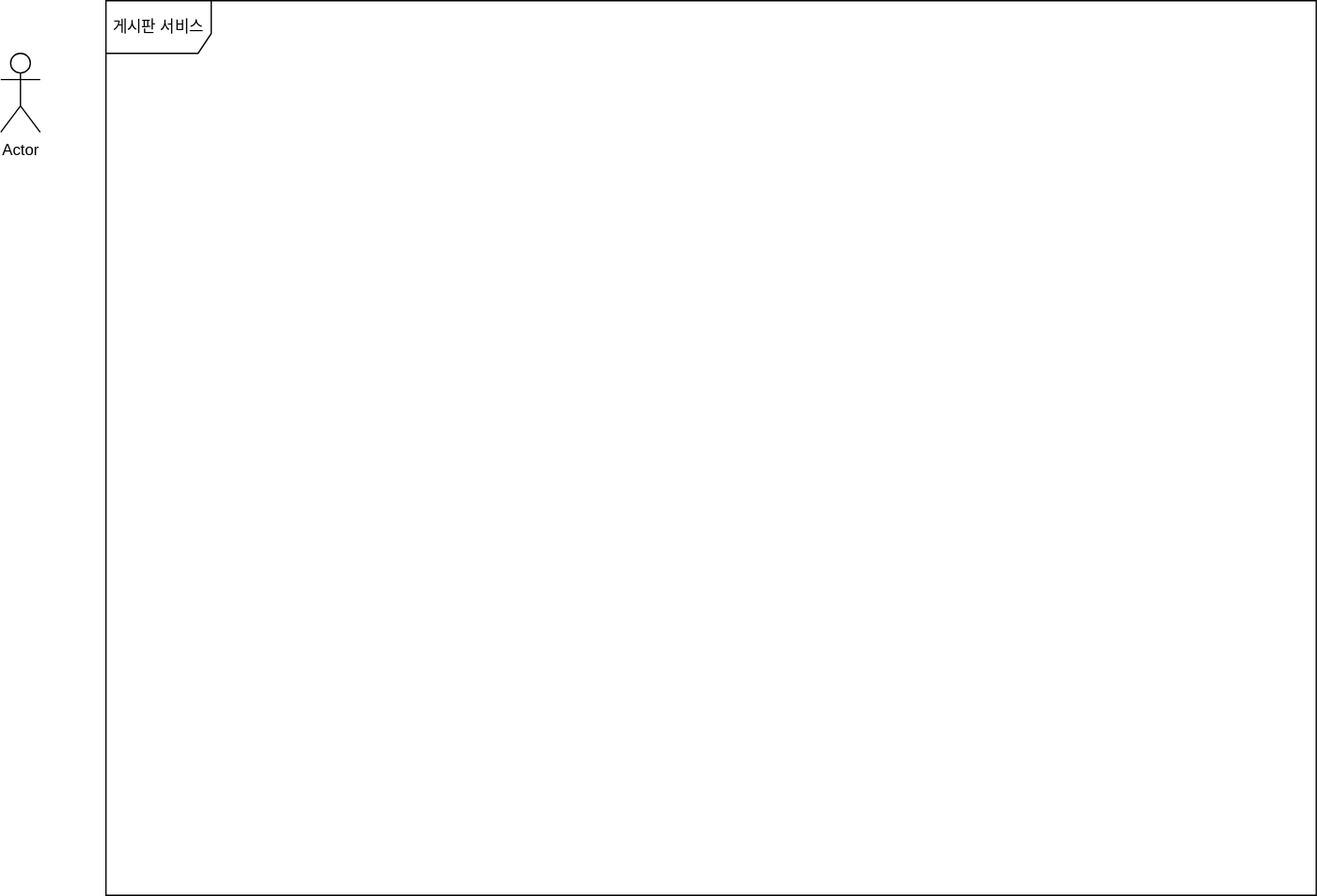
garuina/JSP keeps this draw.io diagram as JBoard1/게시판 유스케이스.svg. Above is the earlier version. Source tidied: cells renumbered, new cells last; positions are measured from the earlier drawing's top-left corner, leaving out a move shared by most shapes.
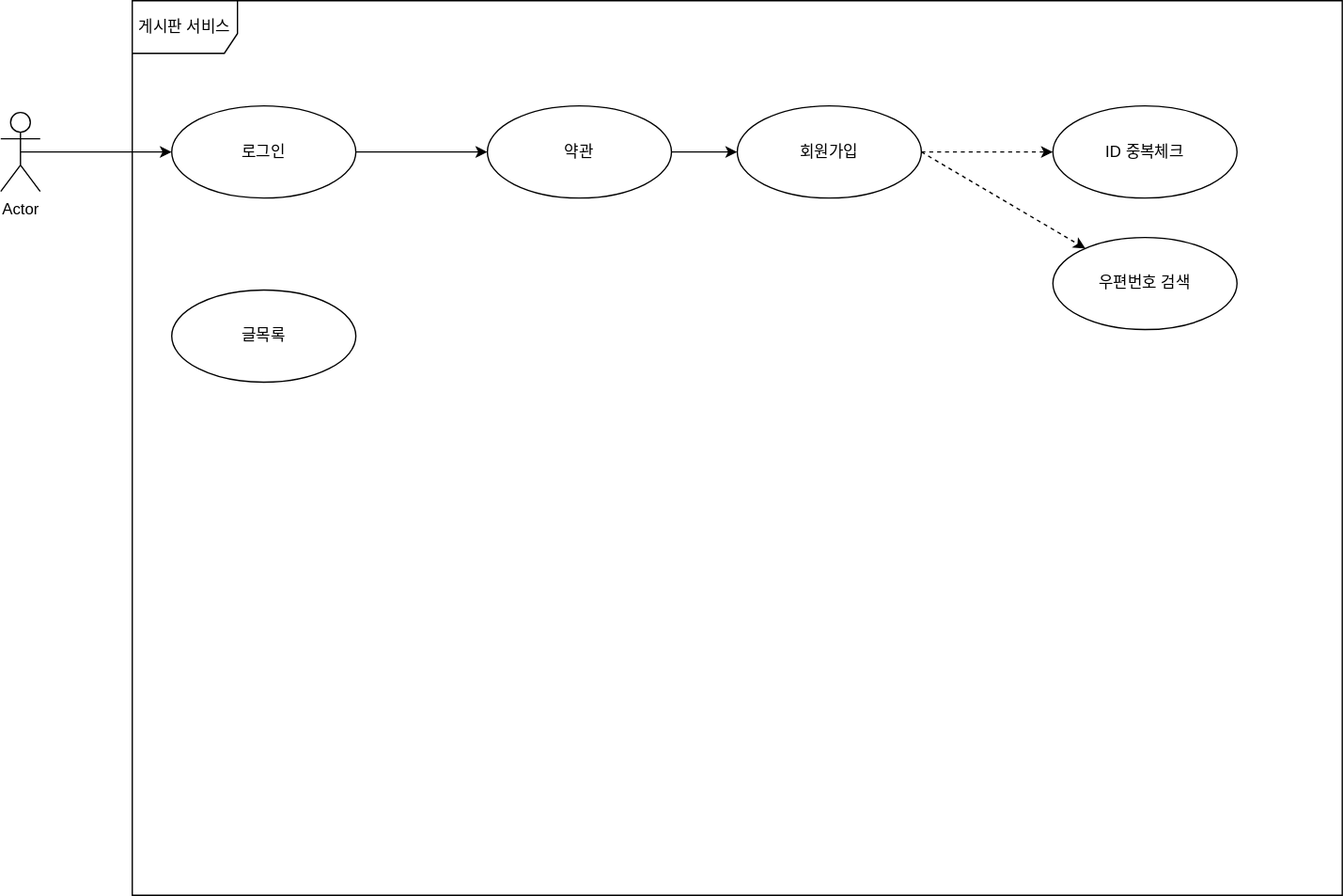
The same diagram one commit later.

What changed in the source:
```diff
@@ -2,11 +2,44 @@
   <root>
     <mxCell id="0" />
     <mxCell id="1" parent="0" />
+    <mxCell id="4" style="rounded=0;jettySize=auto;html=1;exitX=0.5;exitY=0.5;exitDx=0;exitDy=0;exitPerimeter=0;" parent="1" edge="1" source="2" target="6">
+      <mxGeometry relative="1" as="geometry" />
+    </mxCell>
     <mxCell id="2" value="Actor" style="shape=umlActor;verticalLabelPosition=bottom;verticalAlign=top;html=1;" parent="1" vertex="1">
-      <mxGeometry y="40" width="30" height="60" as="geometry" />
+      <mxGeometry x="-20" y="85" width="30" height="60" as="geometry" />
     </mxCell>
     <mxCell id="3" value="게시판 서비스" style="shape=umlFrame;whiteSpace=wrap;html=1;width=80;height=40;" parent="1" vertex="1">
       <mxGeometry x="80" width="920" height="680" as="geometry" />
     </mxCell>
+    <mxCell id="5" style="edgeStyle=none;rounded=0;jettySize=auto;html=1;exitX=1;exitY=0.5;exitDx=0;exitDy=0;" parent="1" edge="1" source="6" target="9">
+      <mxGeometry relative="1" as="geometry" />
+    </mxCell>
+    <mxCell id="6" value="로그인" style="ellipse;whiteSpace=wrap;html=1;" parent="1" vertex="1">
+      <mxGeometry x="110" y="80" width="140" height="70" as="geometry" />
+    </mxCell>
+    <mxCell id="7" value="글목록" style="ellipse;whiteSpace=wrap;html=1;" parent="1" vertex="1">
+      <mxGeometry x="110" y="220" width="140" height="70" as="geometry" />
+    </mxCell>
+    <mxCell id="8" style="edgeStyle=none;rounded=0;jettySize=auto;html=1;exitX=1;exitY=0.5;exitDx=0;exitDy=0;" parent="1" edge="1" source="9" target="12">
+      <mxGeometry relative="1" as="geometry" />
+    </mxCell>
+    <mxCell id="9" value="약관" style="ellipse;whiteSpace=wrap;html=1;" parent="1" vertex="1">
+      <mxGeometry x="350" y="80" width="140" height="70" as="geometry" />
+    </mxCell>
+    <mxCell id="10" style="edgeStyle=none;rounded=0;jettySize=auto;html=1;exitX=1;exitY=0.5;exitDx=0;exitDy=0;dashed=1;" parent="1" edge="1" source="12" target="13">
+      <mxGeometry relative="1" as="geometry" />
+    </mxCell>
+    <mxCell id="11" style="edgeStyle=none;rounded=0;jettySize=auto;html=1;exitX=1;exitY=0.5;exitDx=0;exitDy=0;dashed=1;" parent="1" edge="1" source="12" target="14">
+      <mxGeometry relative="1" as="geometry" />
+    </mxCell>
+    <mxCell id="12" value="회원가입" style="ellipse;whiteSpace=wrap;html=1;" parent="1" vertex="1">
+      <mxGeometry x="540" y="80" width="140" height="70" as="geometry" />
+    </mxCell>
+    <mxCell id="13" value="ID 중복체크" style="ellipse;whiteSpace=wrap;html=1;" parent="1" vertex="1">
+      <mxGeometry x="780" y="80" width="140" height="70" as="geometry" />
+    </mxCell>
+    <mxCell id="14" value="우편번호 검색" style="ellipse;whiteSpace=wrap;html=1;" parent="1" vertex="1">
+      <mxGeometry x="780" y="180" width="140" height="70" as="geometry" />
+    </mxCell>
   </root>
 </mxGraphModel>
```
